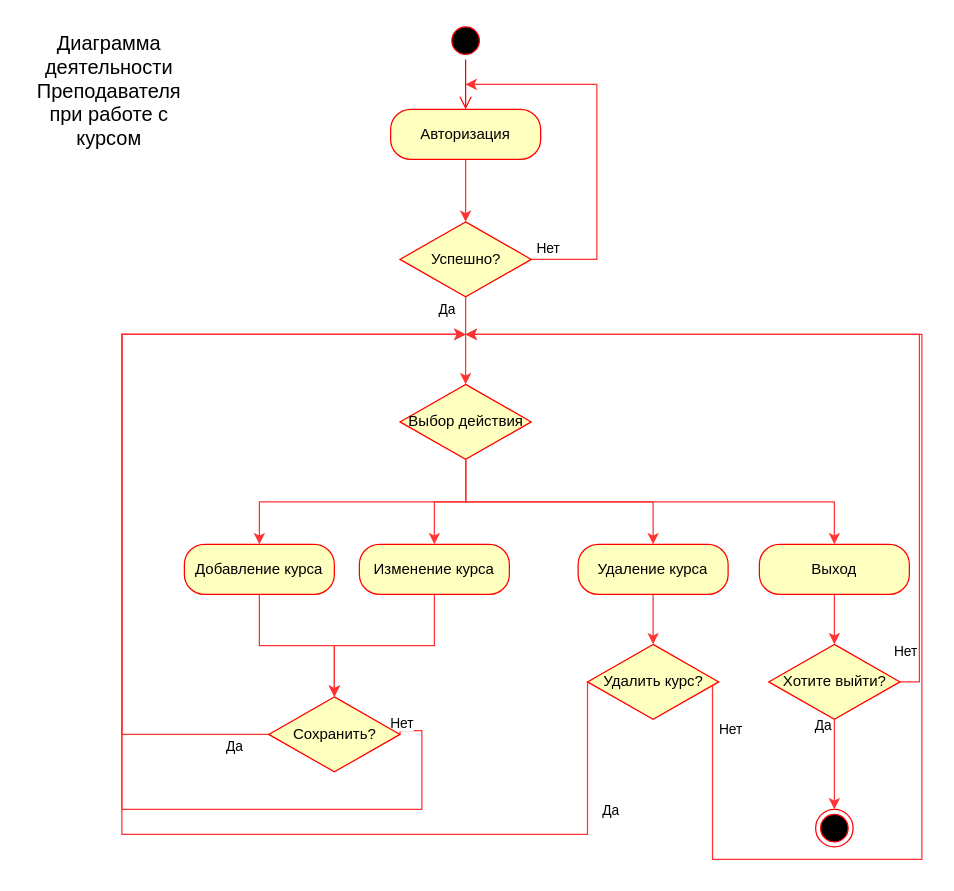
Above: page "Activity Teacher - Course" (11 of 14) of UML.drawio in FaridunSalimzoda/myvkr (draw.io), before the change. Source tidied: cells renumbered, new cells numbered last; positions are measured from the earlier drawing's top-left corner, leaving out a move shared by most shapes. Both pictures are drawn from the tidied source at 125%, with x=0, y=0 at pixel (21, 21).
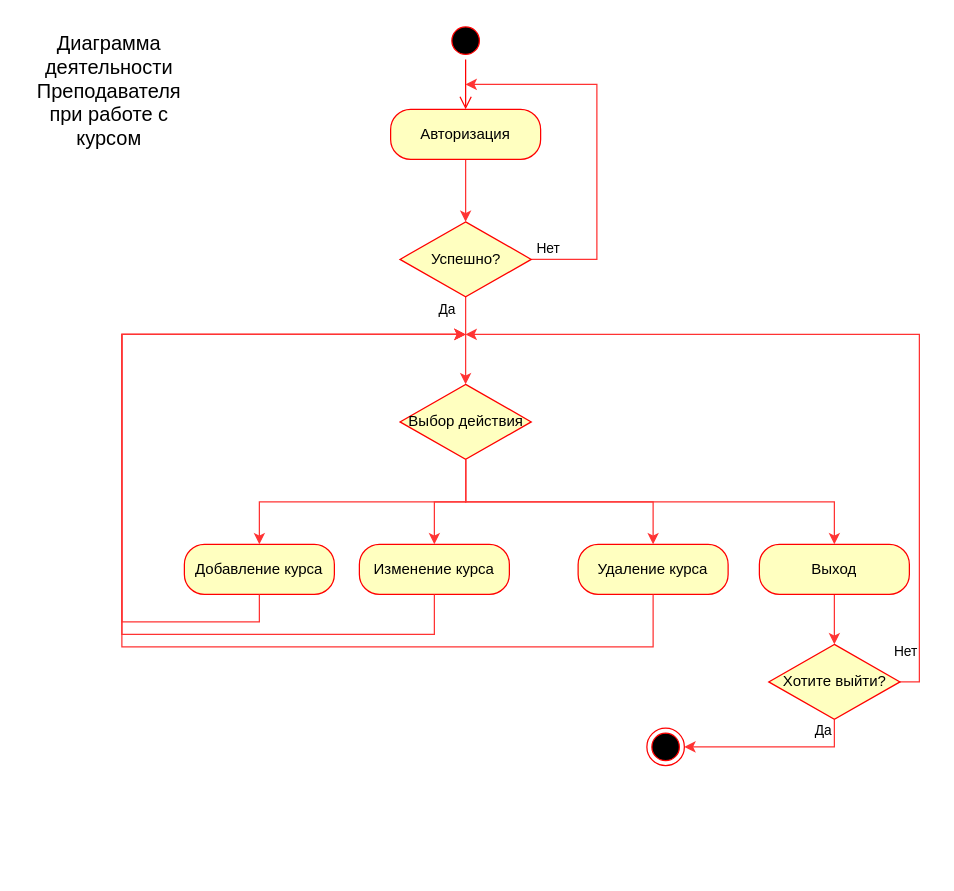
After the change.

Unchanged cells that the change refers to:
```xml
<mxCell id="12" value="Добавление курса" style="rounded=1;whiteSpace=wrap;html=1;arcSize=40;fontColor=#000000;fillColor=#ffffc0;strokeColor=#ff0000;" parent="1" vertex="1">
  <mxGeometry x="130" y="418" width="120" height="40" as="geometry" />
</mxCell>
<mxCell id="14" value="Изменение курса" style="rounded=1;whiteSpace=wrap;html=1;arcSize=40;fontColor=#000000;fillColor=#ffffc0;strokeColor=#ff0000;" parent="1" vertex="1">
  <mxGeometry x="270" y="418" width="120" height="40" as="geometry" />
</mxCell>
<mxCell id="16" value="Удаление курса" style="rounded=1;whiteSpace=wrap;html=1;arcSize=40;fontColor=#000000;fillColor=#ffffc0;strokeColor=#ff0000;" parent="1" vertex="1">
  <mxGeometry x="445" y="418" width="120" height="40" as="geometry" />
</mxCell>
<mxCell id="33" value="Хотите выйти?" style="rhombus;whiteSpace=wrap;html=1;fillColor=#ffffc0;strokeColor=#ff0000;" parent="1" vertex="1">
  <mxGeometry x="597.5" y="498" width="105" height="60" as="geometry" />
</mxCell>
```

Change to the diagram source:
```diff
@@
-    <mxCell id="11" style="edgeStyle=orthogonalEdgeStyle;rounded=0;jettySize=auto;html=1;exitX=0.5;exitY=1;exitDx=0;exitDy=0;entryX=0.5;entryY=0;entryDx=0;entryDy=0;strokeColor=#FF3333;" parent="1" edge="1" source="12" target="22">
-      <mxGeometry relative="1" as="geometry" />
-    </mxCell>
@@
-    <mxCell id="13" style="edgeStyle=orthogonalEdgeStyle;rounded=0;jettySize=auto;html=1;exitX=0.5;exitY=1;exitDx=0;exitDy=0;entryX=0.5;entryY=0;entryDx=0;entryDy=0;strokeColor=#FF3333;" parent="1" edge="1" source="14" target="22">
-      <mxGeometry relative="1" as="geometry" />
-    </mxCell>
@@
-    <mxCell id="15" style="edgeStyle=orthogonalEdgeStyle;rounded=0;jettySize=auto;html=1;exitX=0.5;exitY=1;exitDx=0;exitDy=0;strokeColor=#FF3333;entryX=0.5;entryY=0;entryDx=0;entryDy=0;" parent="1" edge="1" source="16" target="27">
-      <mxGeometry relative="1" as="geometry" />
-    </mxCell>
@@
-    <mxCell id="19" value="Да" style="edgeStyle=orthogonalEdgeStyle;rounded=0;orthogonalLoop=1;jettySize=auto;html=1;exitX=0;exitY=0.5;exitDx=0;exitDy=0;strokeColor=#FF3333;" parent="1" edge="1">
+    <mxCell id="19" style="edgeStyle=orthogonalEdgeStyle;rounded=0;jettySize=auto;html=1;exitX=0.5;exitY=1;exitDx=0;exitDy=0;strokeColor=#FF3333;" parent="1" edge="1" source="12">
       <mxGeometry x="-0.92" y="10" relative="1" as="geometry">
-        <mxPoint x="198.5" y="570" as="sourcePoint" />
         <mxPoint x="355" y="250" as="targetPoint" />
         <Array as="points">
-          <mxPoint x="80" y="570" />
+          <mxPoint x="190" y="480" />
+          <mxPoint x="80" y="480" />
           <mxPoint x="80" y="250" />
         </Array>
       </mxGeometry>
     </mxCell>
-    <mxCell id="20" style="edgeStyle=orthogonalEdgeStyle;rounded=0;jettySize=auto;html=1;strokeColor=#FF3333;exitX=1;exitY=0.5;exitDx=0;exitDy=0;" parent="1" edge="1" source="22">
+    <mxCell id="20" style="edgeStyle=orthogonalEdgeStyle;rounded=0;jettySize=auto;html=1;strokeColor=#FF3333;exitX=0.5;exitY=1;exitDx=0;exitDy=0;" parent="1" edge="1" source="14">
       <mxGeometry relative="1" as="geometry">
         <mxPoint x="355" y="250" as="targetPoint" />
         <Array as="points">
-          <mxPoint x="303" y="567" />
-          <mxPoint x="320" y="567" />
-          <mxPoint x="320" y="630" />
-          <mxPoint x="80" y="630" />
+          <mxPoint x="330" y="490" />
+          <mxPoint x="80" y="490" />
           <mxPoint x="80" y="250" />
         </Array>
       </mxGeometry>
     </mxCell>
-    <mxCell id="21" value="Нет" style="edgeLabel;html=1;align=center;verticalAlign=middle;" parent="20" vertex="1">
-      <mxGeometry x="-0.84" relative="1" as="geometry">
-        <mxPoint x="-17" y="-64" as="offset" />
-      </mxGeometry>
-    </mxCell>
-    <mxCell id="22" value="Сохранить?" style="rhombus;whiteSpace=wrap;html=1;fillColor=#ffffc0;strokeColor=#ff0000;" parent="1" vertex="1">
-      <mxGeometry x="197.5" y="540" width="105" height="60" as="geometry" />
-    </mxCell>
-    <mxCell id="23" style="edgeStyle=orthogonalEdgeStyle;rounded=0;jettySize=auto;html=1;exitX=0;exitY=0.5;exitDx=0;exitDy=0;strokeColor=#FF3333;" parent="1" edge="1" source="27">
+    <mxCell id="23" style="edgeStyle=orthogonalEdgeStyle;rounded=0;jettySize=auto;html=1;exitX=0.5;exitY=1;exitDx=0;exitDy=0;strokeColor=#FF3333;" parent="1" edge="1" source="16">
       <mxGeometry relative="1" as="geometry">
         <mxPoint x="355" y="250" as="targetPoint" />
         <Array as="points">
-          <mxPoint x="452" y="650" />
-          <mxPoint x="80" y="650" />
+          <mxPoint x="505" y="500" />
+          <mxPoint x="80" y="500" />
           <mxPoint x="80" y="250" />
-          <mxPoint x="355" y="250" />
         </Array>
       </mxGeometry>
     </mxCell>
-    <mxCell id="24" value="Да" style="edgeLabel;html=1;align=center;verticalAlign=middle;" parent="23" vertex="1">
-      <mxGeometry x="-0.81" y="-1" relative="1" as="geometry">
-        <mxPoint x="19" y="-9" as="offset" />
-      </mxGeometry>
-    </mxCell>
-    <mxCell id="25" style="edgeStyle=orthogonalEdgeStyle;rounded=0;orthogonalLoop=1;jettySize=auto;html=1;exitX=1;exitY=0.5;exitDx=0;exitDy=0;strokeColor=#FF3333;" parent="1" edge="1">
-      <mxGeometry relative="1" as="geometry">
-        <mxPoint x="552.5" y="528" as="sourcePoint" />
-        <mxPoint x="355" y="250" as="targetPoint" />
-        <Array as="points">
-          <mxPoint x="552" y="670" />
-          <mxPoint x="720" y="670" />
-          <mxPoint x="720" y="250" />
-        </Array>
-      </mxGeometry>
-    </mxCell>
-    <mxCell id="26" value="Нет" style="edgeLabel;html=1;align=center;verticalAlign=middle;" parent="25" vertex="1">
-      <mxGeometry x="-0.44" y="-2" relative="1" as="geometry">
-        <mxPoint x="-150" y="-107" as="offset" />
-      </mxGeometry>
-    </mxCell>
-    <mxCell id="27" value="Удалить курс?" style="rhombus;whiteSpace=wrap;html=1;fillColor=#ffffc0;strokeColor=#ff0000;" parent="1" vertex="1">
-      <mxGeometry x="452.5" y="498" width="105" height="60" as="geometry" />
-    </mxCell>
     <mxCell id="28" style="ellipse;html=1;shape=endState;fillColor=#000000;strokeColor=#ff0000;" parent="1" vertex="1">
-      <mxGeometry x="635" y="630" width="30" height="30" as="geometry" />
+      <mxGeometry x="500" y="565" width="30" height="30" as="geometry" />
     </mxCell>
-    <mxCell id="29" style="edgeStyle=orthogonalEdgeStyle;rounded=0;jettySize=auto;html=1;exitX=0.5;exitY=1;exitDx=0;exitDy=0;strokeColor=#FF3333;entryX=0.5;entryY=0;entryDx=0;entryDy=0;" parent="1" edge="1" source="33" target="28">
+    <mxCell id="29" style="edgeStyle=orthogonalEdgeStyle;rounded=0;jettySize=auto;html=1;exitX=0.5;exitY=1;exitDx=0;exitDy=0;strokeColor=#FF3333;entryX=1;entryY=0.5;entryDx=0;entryDy=0;" parent="1" edge="1" source="33" target="28">
       <mxGeometry relative="1" as="geometry" />
     </mxCell>
```
